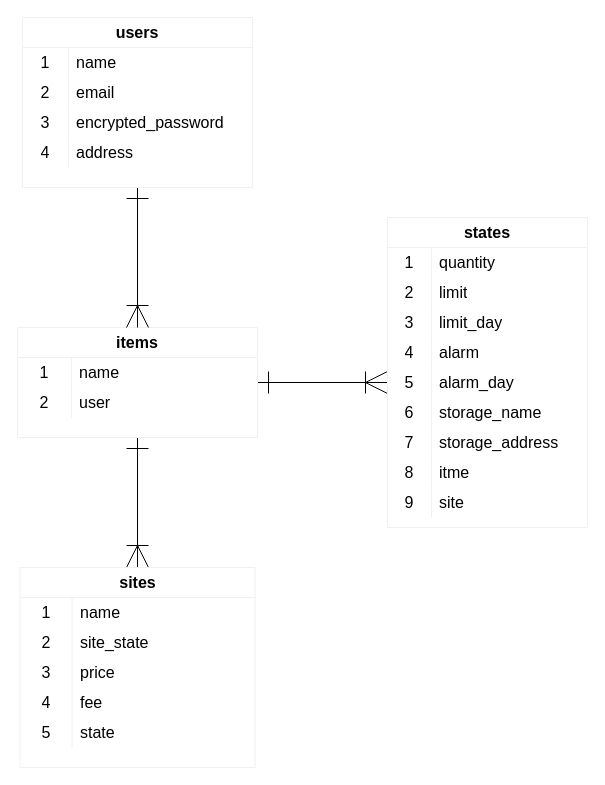
takeyuki-i/warehouse keeps this draw.io diagram as .dio. Above is the earlier version. Source tidied: cells renumbered, new cells numbered last; positions are measured from the earlier drawing's top-left corner, leaving out a move shared by most shapes. Both pictures are drawn from the tidied source at 100%, with x=0, y=0 at pixel (17, 17).
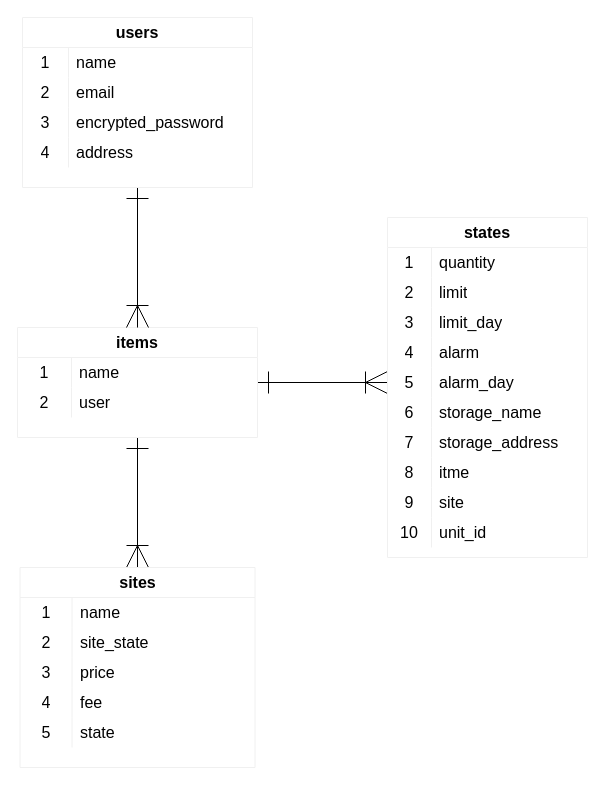
After the change.

Change to the diagram source:
```diff
@@
     <mxCell id="41" value="states" style="shape=table;html=1;whiteSpace=wrap;startSize=30;childLayout=tableLayout;rowLines=0;fontStyle=1;align=center;strokeColor=#F0F0F0;fontSize=16;" parent="1" vertex="1">
-      <mxGeometry x="370" y="200" width="200" height="310" as="geometry" />
+      <mxGeometry x="370" y="200" width="200" height="340" as="geometry" />
     </mxCell>
@@
+    <mxCell id="69" style="shape=partialRectangle;html=1;whiteSpace=wrap;fillColor=none;top=0;left=0;bottom=0;right=0;strokeColor=none;" parent="41" vertex="1">
+      <mxGeometry y="300" width="200" height="30" as="geometry" />
+    </mxCell>
+    <mxCell id="70" value="10" style="shape=partialRectangle;html=1;whiteSpace=wrap;fillColor=none;top=0;left=0;bottom=0;right=0;overflow=hidden;fontSize=16;" parent="69" vertex="1">
+      <mxGeometry width="44" height="30" as="geometry" />
+    </mxCell>
+    <mxCell id="71" value="unit_id" style="shape=partialRectangle;html=1;whiteSpace=wrap;fillColor=none;top=0;left=0;bottom=0;right=0;align=left;spacingLeft=6;overflow=hidden;fontSize=16;" parent="69" vertex="1">
+      <mxGeometry x="44" width="156" height="30" as="geometry" />
+    </mxCell>
```
